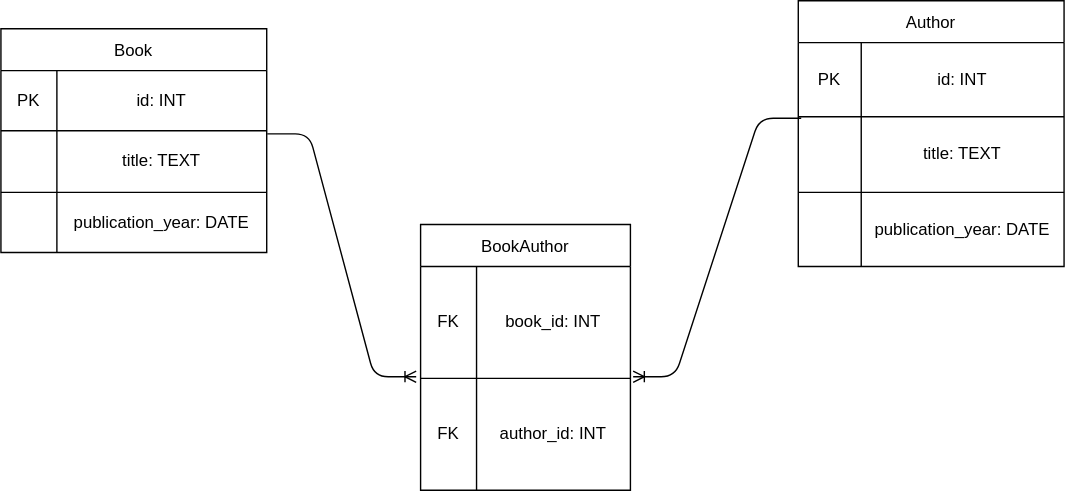
Before: ER Diagrams Exercises/exercise_three.drawio.svg, a diagram exported from draw.io (Topaz712/class6_backend_sql_erd_exercises). Source tidied: cells renumbered, new cells last; positions are measured from the earlier drawing's top-left corner, leaving out a move shared by most shapes. Its diagram source:
```xml
<mxGraphModel>
  <root>
    <mxCell id="0" />
    <mxCell id="1" parent="0" />
    <mxCell id="2" value="Book" style="shape=table;startSize=30;" parent="1" vertex="1">
      <mxGeometry y="20" width="190" height="160" as="geometry" />
    </mxCell>
    <mxCell id="3" style="shape=tableRow;horizontal=0;startSize=0;swimlaneHead=0;swimlaneBody=0;top=0;left=0;bottom=0;right=0;fillColor=none;points=[[0,0.5],[1,0.5]];portConstraint=eastwest;" parent="2" vertex="1">
      <mxGeometry y="30" width="190" height="43" as="geometry" />
    </mxCell>
    <mxCell id="4" value="PK" style="shape=partialRectangle;html=1;whiteSpace=wrap;overflow=hidden;fillColor=none;top=0;left=0;bottom=0;right=0;" parent="3" vertex="1">
      <mxGeometry width="40" height="43" as="geometry" />
    </mxCell>
    <mxCell id="5" value="id: INT" style="shape=partialRectangle;html=1;whiteSpace=wrap;overflow=hidden;fillColor=none;top=0;left=0;bottom=0;right=0;" parent="3" vertex="1">
      <mxGeometry x="40" width="150" height="43" as="geometry" />
    </mxCell>
    <mxCell id="6" style="shape=tableRow;horizontal=0;startSize=0;swimlaneHead=0;swimlaneBody=0;top=0;left=0;bottom=0;right=0;fillColor=none;points=[[0,0.5],[1,0.5]];portConstraint=eastwest;" parent="2" vertex="1">
      <mxGeometry y="73" width="190" height="44" as="geometry" />
    </mxCell>
    <mxCell id="7" style="shape=partialRectangle;html=1;whiteSpace=wrap;overflow=hidden;fillColor=none;top=0;left=0;bottom=0;right=0;" parent="6" vertex="1">
      <mxGeometry width="40" height="44" as="geometry" />
    </mxCell>
    <mxCell id="8" value="title: TEXT" style="shape=partialRectangle;html=1;whiteSpace=wrap;overflow=hidden;fillColor=none;top=0;left=0;bottom=0;right=0;" parent="6" vertex="1">
      <mxGeometry x="40" width="150" height="44" as="geometry" />
    </mxCell>
    <mxCell id="9" style="shape=tableRow;horizontal=0;startSize=0;swimlaneHead=0;swimlaneBody=0;top=0;left=0;bottom=0;right=0;fillColor=none;" parent="2" vertex="1">
      <mxGeometry y="117" width="190" height="43" as="geometry" />
    </mxCell>
    <mxCell id="10" style="shape=partialRectangle;html=1;whiteSpace=wrap;overflow=hidden;fillColor=none;top=0;left=0;bottom=0;right=0;" parent="9" vertex="1">
      <mxGeometry width="40" height="43" as="geometry" />
    </mxCell>
    <mxCell id="11" value="publication_year: DATE" style="shape=partialRectangle;html=1;whiteSpace=wrap;overflow=hidden;fillColor=none;top=0;left=0;bottom=0;right=0;" parent="9" vertex="1">
      <mxGeometry x="40" width="150" height="43" as="geometry" />
    </mxCell>
    <mxCell id="12" value="BookAuthor" style="shape=table;startSize=30;" parent="1" vertex="1">
      <mxGeometry x="300" y="160" width="150" height="190" as="geometry" />
    </mxCell>
    <mxCell id="13" style="shape=tableRow;horizontal=0;startSize=0;swimlaneHead=0;swimlaneBody=0;top=0;left=0;bottom=0;right=0;fillColor=none;" parent="12" vertex="1">
      <mxGeometry y="30" width="150" height="80" as="geometry" />
    </mxCell>
    <mxCell id="14" value="FK" style="shape=partialRectangle;html=1;whiteSpace=wrap;overflow=hidden;fillColor=none;top=0;left=0;bottom=0;right=0;" parent="13" vertex="1">
      <mxGeometry width="40" height="80" as="geometry" />
    </mxCell>
    <mxCell id="15" value="book_id: INT" style="shape=partialRectangle;html=1;whiteSpace=wrap;overflow=hidden;fillColor=none;top=0;left=0;bottom=0;right=0;" parent="13" vertex="1">
      <mxGeometry x="40" width="110" height="80" as="geometry" />
    </mxCell>
    <mxCell id="16" style="shape=tableRow;horizontal=0;startSize=0;swimlaneHead=0;swimlaneBody=0;top=0;left=0;bottom=0;right=0;fillColor=none;points=[[0,0.5],[1,0.5]];portConstraint=eastwest;" parent="12" vertex="1">
      <mxGeometry y="110" width="150" height="80" as="geometry" />
    </mxCell>
    <mxCell id="17" value="FK" style="shape=partialRectangle;html=1;whiteSpace=wrap;overflow=hidden;fillColor=none;top=0;left=0;bottom=0;right=0;" parent="16" vertex="1">
      <mxGeometry width="40" height="80" as="geometry" />
    </mxCell>
    <mxCell id="18" value="author_id: INT" style="shape=partialRectangle;html=1;whiteSpace=wrap;overflow=hidden;fillColor=none;top=0;left=0;bottom=0;right=0;" parent="16" vertex="1">
      <mxGeometry x="40" width="110" height="80" as="geometry" />
    </mxCell>
    <mxCell id="19" value="Author" style="shape=table;startSize=30;" parent="1" vertex="1">
      <mxGeometry x="570" width="190" height="190" as="geometry" />
    </mxCell>
    <mxCell id="20" style="shape=tableRow;horizontal=0;startSize=0;swimlaneHead=0;swimlaneBody=0;top=0;left=0;bottom=0;right=0;fillColor=none;points=[[0,0.5],[1,0.5]];portConstraint=eastwest;" parent="19" vertex="1">
      <mxGeometry y="30" width="190" height="53" as="geometry" />
    </mxCell>
    <mxCell id="21" value="PK" style="shape=partialRectangle;html=1;whiteSpace=wrap;overflow=hidden;fillColor=none;top=0;left=0;bottom=0;right=0;" parent="20" vertex="1">
      <mxGeometry width="45" height="53" as="geometry" />
    </mxCell>
    <mxCell id="22" value="id: INT" style="shape=partialRectangle;html=1;whiteSpace=wrap;overflow=hidden;fillColor=none;top=0;left=0;bottom=0;right=0;" parent="20" vertex="1">
      <mxGeometry x="45" width="145" height="53" as="geometry" />
    </mxCell>
    <mxCell id="23" style="shape=tableRow;horizontal=0;startSize=0;swimlaneHead=0;swimlaneBody=0;top=0;left=0;bottom=0;right=0;fillColor=none;points=[[0,0.5],[1,0.5]];portConstraint=eastwest;" parent="19" vertex="1">
      <mxGeometry y="83" width="190" height="54" as="geometry" />
    </mxCell>
    <mxCell id="24" style="shape=partialRectangle;html=1;whiteSpace=wrap;overflow=hidden;fillColor=none;top=0;left=0;bottom=0;right=0;" parent="23" vertex="1">
      <mxGeometry width="45" height="54" as="geometry" />
    </mxCell>
    <mxCell id="25" value="title: TEXT" style="shape=partialRectangle;html=1;whiteSpace=wrap;overflow=hidden;fillColor=none;top=0;left=0;bottom=0;right=0;" parent="23" vertex="1">
      <mxGeometry x="45" width="145" height="54" as="geometry" />
    </mxCell>
    <mxCell id="26" style="shape=tableRow;horizontal=0;startSize=0;swimlaneHead=0;swimlaneBody=0;top=0;left=0;bottom=0;right=0;fillColor=none;" parent="19" vertex="1">
      <mxGeometry y="137" width="190" height="53" as="geometry" />
    </mxCell>
    <mxCell id="27" style="shape=partialRectangle;html=1;whiteSpace=wrap;overflow=hidden;fillColor=none;top=0;left=0;bottom=0;right=0;" parent="26" vertex="1">
      <mxGeometry width="45" height="53" as="geometry" />
    </mxCell>
    <mxCell id="28" value="publication_year: DATE" style="shape=partialRectangle;html=1;whiteSpace=wrap;overflow=hidden;fillColor=none;top=0;left=0;bottom=0;right=0;" parent="26" vertex="1">
      <mxGeometry x="45" width="145" height="53" as="geometry" />
    </mxCell>
    <mxCell id="29" style="edgeStyle=entityRelationEdgeStyle;fontSize=12;html=1;endArrow=ERoneToMany;entryX=1.013;entryY=-0.015;entryDx=0;entryDy=0;entryPerimeter=0;exitX=0.011;exitY=0.019;exitDx=0;exitDy=0;exitPerimeter=0;" parent="1" edge="1" source="23" target="16">
      <mxGeometry relative="1" as="geometry" />
    </mxCell>
    <mxCell id="30" style="edgeStyle=entityRelationEdgeStyle;fontSize=12;html=1;endArrow=ERoneToMany;exitX=1.002;exitY=0.05;exitDx=0;exitDy=0;exitPerimeter=0;entryX=-0.021;entryY=-0.015;entryDx=0;entryDy=0;entryPerimeter=0;" parent="1" edge="1" source="6" target="16">
      <mxGeometry relative="1" as="geometry" />
    </mxCell>
  </root>
</mxGraphModel>
```
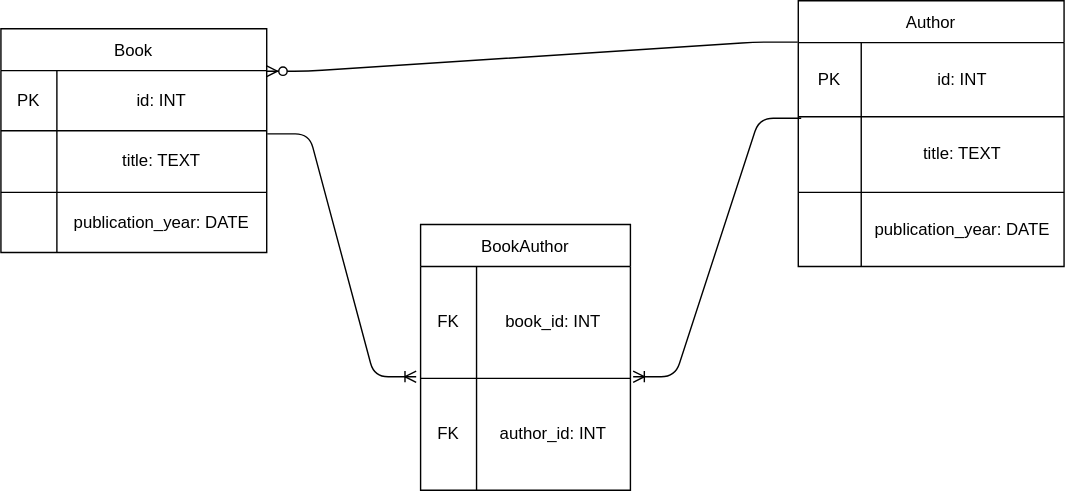
After the change.

Commit message:
exercise three ERD - done(updated)

The edit, as a diff of the source:
```diff
@@ -89,5 +89,8 @@
     <mxCell id="30" style="edgeStyle=entityRelationEdgeStyle;fontSize=12;html=1;endArrow=ERoneToMany;exitX=1.002;exitY=0.05;exitDx=0;exitDy=0;exitPerimeter=0;entryX=-0.021;entryY=-0.015;entryDx=0;entryDy=0;entryPerimeter=0;" parent="1" edge="1" source="6" target="16">
       <mxGeometry relative="1" as="geometry" />
     </mxCell>
+    <mxCell id="31" style="edgeStyle=entityRelationEdgeStyle;fontSize=12;html=1;endArrow=ERzeroToMany;endFill=1;entryX=0.998;entryY=0.009;entryDx=0;entryDy=0;entryPerimeter=0;exitX=-0.002;exitY=-0.008;exitDx=0;exitDy=0;exitPerimeter=0;" parent="1" edge="1" source="20" target="3">
+      <mxGeometry relative="1" as="geometry" />
+    </mxCell>
   </root>
 </mxGraphModel>
```
